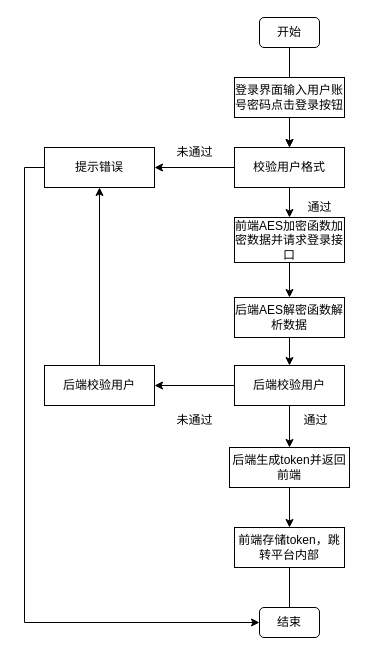
yuxinyu12345/diagrams keeps this draw.io diagram as 第四章/首次登录流程图.drawio. Above is the earlier version. Source tidied: cells renumbered, new cells numbered last; positions are measured from the earlier drawing's top-left corner, leaving out a move shared by most shapes. Both pictures are drawn from the tidied source at 100%, with x=0, y=0 at pixel (44, 17).
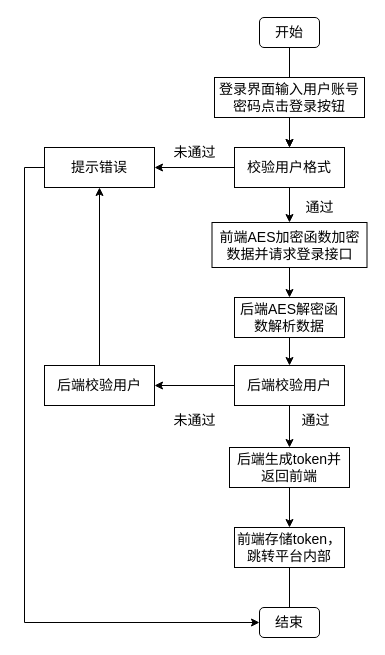
The same diagram, later.

Commit message (it also covers changes not shown here):
更新首次登录流程图.drawio

Diff of the diagram source:
```diff
@@
-    <mxCell id="2" style="edgeStyle=orthogonalEdgeStyle;rounded=0;jettySize=auto;html=1;" parent="1" edge="1" source="3" target="8">
+    <mxCell id="2" style="edgeStyle=orthogonalEdgeStyle;rounded=0;jettySize=auto;html=1;fontSize=14;" parent="1" edge="1" source="3" target="8">
       <mxGeometry relative="1" as="geometry" />
     </mxCell>
-    <mxCell id="3" value="开始" style="rounded=1;whiteSpace=wrap;html=1;" parent="1" vertex="1">
+    <mxCell id="3" value="开始" style="rounded=1;whiteSpace=wrap;html=1;fontSize=14;" parent="1" vertex="1">
       <mxGeometry x="215" width="60" height="30" as="geometry" />
     </mxCell>
-    <mxCell id="4" style="edgeStyle=orthogonalEdgeStyle;rounded=0;jettySize=auto;html=1;" parent="1" edge="1" source="5" target="8">
+    <mxCell id="4" style="edgeStyle=orthogonalEdgeStyle;rounded=0;jettySize=auto;html=1;fontSize=14;" parent="1" edge="1" source="5" target="8">
       <mxGeometry relative="1" as="geometry" />
     </mxCell>
-    <mxCell id="5" value="登录界面输入用户账号密码点击登录按钮" style="rounded=0;whiteSpace=wrap;html=1;" parent="1" vertex="1">
-      <mxGeometry x="190" y="60" width="110" height="40" as="geometry" />
+    <mxCell id="5" value="登录界面输入用户账号密码点击登录按钮" style="rounded=0;whiteSpace=wrap;html=1;fontSize=14;" parent="1" vertex="1">
+      <mxGeometry x="170" y="60" width="150" height="40" as="geometry" />
     </mxCell>
-    <mxCell id="6" style="edgeStyle=orthogonalEdgeStyle;rounded=0;jettySize=auto;html=1;" parent="1" edge="1" source="8" target="10">
+    <mxCell id="6" style="edgeStyle=orthogonalEdgeStyle;rounded=0;jettySize=auto;html=1;fontSize=14;" parent="1" edge="1" source="8" target="10">
       <mxGeometry relative="1" as="geometry" />
     </mxCell>
-    <mxCell id="7" style="edgeStyle=orthogonalEdgeStyle;rounded=0;jettySize=auto;html=1;" parent="1" edge="1" source="8" target="13">
+    <mxCell id="7" style="edgeStyle=orthogonalEdgeStyle;rounded=0;jettySize=auto;html=1;fontSize=14;" parent="1" edge="1" source="8" target="13">
       <mxGeometry relative="1" as="geometry" />
     </mxCell>
-    <mxCell id="8" value="校验用户格式" style="rounded=0;whiteSpace=wrap;html=1;" parent="1" vertex="1">
+    <mxCell id="8" value="校验用户格式" style="rounded=0;whiteSpace=wrap;html=1;fontSize=14;" parent="1" vertex="1">
       <mxGeometry x="190" y="130" width="110" height="40" as="geometry" />
     </mxCell>
-    <mxCell id="9" style="edgeStyle=orthogonalEdgeStyle;rounded=0;jettySize=auto;html=1;exitX=0;exitY=0.5;exitDx=0;exitDy=0;entryX=0;entryY=0.5;entryDx=0;entryDy=0;" parent="1" edge="1" source="10" target="26">
+    <mxCell id="9" style="edgeStyle=orthogonalEdgeStyle;rounded=0;jettySize=auto;html=1;exitX=0;exitY=0.5;exitDx=0;exitDy=0;entryX=0;entryY=0.5;entryDx=0;entryDy=0;fontSize=14;" parent="1" edge="1" source="10" target="26">
       <mxGeometry relative="1" as="geometry" />
     </mxCell>
-    <mxCell id="10" value="提示错误" style="rounded=0;whiteSpace=wrap;html=1;" parent="1" vertex="1">
+    <mxCell id="10" value="提示错误" style="rounded=0;whiteSpace=wrap;html=1;fontSize=14;" parent="1" vertex="1">
       <mxGeometry y="130" width="110" height="40" as="geometry" />
     </mxCell>
-    <mxCell id="11" value="未通过" style="text;html=1;align=center;verticalAlign=middle;strokeColor=none;fillColor=none;" parent="1" vertex="1">
-      <mxGeometry x="120" y="120" width="60" height="30" as="geometry" />
+    <mxCell id="11" value="未通过" style="text;html=1;align=center;verticalAlign=middle;strokeColor=none;fillColor=none;fontSize=14;" parent="1" vertex="1">
+      <mxGeometry x="115" y="120" width="70" height="30" as="geometry" />
     </mxCell>
-    <mxCell id="12" style="edgeStyle=orthogonalEdgeStyle;rounded=0;jettySize=auto;html=1;" parent="1" edge="1" source="13" target="15">
+    <mxCell id="12" style="edgeStyle=orthogonalEdgeStyle;rounded=0;jettySize=auto;html=1;fontSize=14;" parent="1" edge="1" source="13" target="15">
       <mxGeometry relative="1" as="geometry" />
     </mxCell>
-    <mxCell id="13" value="前端AES加密函数加密数据并请求登录接口" style="rounded=0;whiteSpace=wrap;html=1;" parent="1" vertex="1">
-      <mxGeometry x="190" y="200" width="110" height="45" as="geometry" />
+    <mxCell id="13" value="前端AES加密函数加密数据并请求登录接口" style="rounded=0;whiteSpace=wrap;html=1;fontSize=14;" parent="1" vertex="1">
+      <mxGeometry x="167.5" y="205" width="155" height="45" as="geometry" />
     </mxCell>
-    <mxCell id="14" style="edgeStyle=orthogonalEdgeStyle;rounded=0;jettySize=auto;html=1;" parent="1" edge="1" source="15" target="18">
+    <mxCell id="14" style="edgeStyle=orthogonalEdgeStyle;rounded=0;jettySize=auto;html=1;fontSize=14;" parent="1" edge="1" source="15" target="18">
       <mxGeometry relative="1" as="geometry" />
     </mxCell>
-    <mxCell id="15" value="后端AES解密函数解析数据" style="rounded=0;whiteSpace=wrap;html=1;" parent="1" vertex="1">
+    <mxCell id="15" value="后端AES解密函数解析数据" style="rounded=0;whiteSpace=wrap;html=1;fontSize=14;" parent="1" vertex="1">
       <mxGeometry x="190" y="280" width="110" height="40" as="geometry" />
     </mxCell>
-    <mxCell id="16" style="edgeStyle=orthogonalEdgeStyle;rounded=0;jettySize=auto;html=1;" parent="1" edge="1" source="18" target="20">
+    <mxCell id="16" style="edgeStyle=orthogonalEdgeStyle;rounded=0;jettySize=auto;html=1;fontSize=14;" parent="1" edge="1" source="18" target="20">
       <mxGeometry relative="1" as="geometry" />
     </mxCell>
-    <mxCell id="17" style="edgeStyle=orthogonalEdgeStyle;rounded=0;jettySize=auto;html=1;" parent="1" edge="1" source="18" target="23">
+    <mxCell id="17" style="edgeStyle=orthogonalEdgeStyle;rounded=0;jettySize=auto;html=1;fontSize=14;" parent="1" edge="1" source="18" target="23">
       <mxGeometry relative="1" as="geometry" />
     </mxCell>
-    <mxCell id="18" value="后端校验用户" style="rounded=0;whiteSpace=wrap;html=1;" parent="1" vertex="1">
+    <mxCell id="18" value="后端校验用户" style="rounded=0;whiteSpace=wrap;html=1;fontSize=14;" parent="1" vertex="1">
       <mxGeometry x="190" y="348" width="110" height="40" as="geometry" />
     </mxCell>
-    <mxCell id="19" style="edgeStyle=orthogonalEdgeStyle;rounded=0;jettySize=auto;html=1;exitX=0.5;exitY=0;exitDx=0;exitDy=0;entryX=0.5;entryY=1;entryDx=0;entryDy=0;" parent="1" edge="1" source="20" target="10">
+    <mxCell id="19" style="edgeStyle=orthogonalEdgeStyle;rounded=0;jettySize=auto;html=1;exitX=0.5;exitY=0;exitDx=0;exitDy=0;entryX=0.5;entryY=1;entryDx=0;entryDy=0;fontSize=14;" parent="1" edge="1" source="20" target="10">
       <mxGeometry relative="1" as="geometry" />
     </mxCell>
-    <mxCell id="20" value="后端校验用户" style="rounded=0;whiteSpace=wrap;html=1;" parent="1" vertex="1">
+    <mxCell id="20" value="后端校验用户" style="rounded=0;whiteSpace=wrap;html=1;fontSize=14;" parent="1" vertex="1">
       <mxGeometry y="348" width="110" height="40" as="geometry" />
     </mxCell>
-    <mxCell id="21" value="未通过" style="text;html=1;align=center;verticalAlign=middle;strokeColor=none;fillColor=none;" parent="1" vertex="1">
-      <mxGeometry x="120" y="388" width="60" height="30" as="geometry" />
+    <mxCell id="21" value="未通过" style="text;html=1;align=center;verticalAlign=middle;strokeColor=none;fillColor=none;fontSize=14;" parent="1" vertex="1">
+      <mxGeometry x="115" y="388" width="70" height="30" as="geometry" />
     </mxCell>
-    <mxCell id="22" style="edgeStyle=orthogonalEdgeStyle;rounded=0;jettySize=auto;html=1;" parent="1" edge="1" source="23" target="25">
+    <mxCell id="22" style="edgeStyle=orthogonalEdgeStyle;rounded=0;jettySize=auto;html=1;fontSize=14;" parent="1" edge="1" source="23" target="25">
       <mxGeometry relative="1" as="geometry" />
     </mxCell>
-    <mxCell id="23" value="后端生成token并返回前端" style="rounded=0;whiteSpace=wrap;html=1;" parent="1" vertex="1">
+    <mxCell id="23" value="后端生成token并返回前端" style="rounded=0;whiteSpace=wrap;html=1;fontSize=14;" parent="1" vertex="1">
       <mxGeometry x="185" y="430" width="120" height="40" as="geometry" />
     </mxCell>
-    <mxCell id="24" style="edgeStyle=orthogonalEdgeStyle;rounded=0;jettySize=auto;html=1;endArrow=none;endFill=0;" parent="1" edge="1" source="25" target="26">
+    <mxCell id="24" style="edgeStyle=orthogonalEdgeStyle;rounded=0;jettySize=auto;html=1;endArrow=none;endFill=0;fontSize=14;" parent="1" edge="1" source="25" target="26">
       <mxGeometry relative="1" as="geometry" />
     </mxCell>
-    <mxCell id="25" value="前端存储token，跳转平台内部" style="rounded=0;whiteSpace=wrap;html=1;" parent="1" vertex="1">
+    <mxCell id="25" value="前端存储token，跳转平台内部" style="rounded=0;whiteSpace=wrap;html=1;fontSize=14;" parent="1" vertex="1">
       <mxGeometry x="190" y="510" width="110" height="40" as="geometry" />
     </mxCell>
-    <mxCell id="26" value="结束" style="rounded=1;whiteSpace=wrap;html=1;" parent="1" vertex="1">
+    <mxCell id="26" value="结束" style="rounded=1;whiteSpace=wrap;html=1;fontSize=14;" parent="1" vertex="1">
       <mxGeometry x="215" y="590" width="60" height="30" as="geometry" />
     </mxCell>
-    <mxCell id="27" value="通过" style="text;html=1;align=center;verticalAlign=middle;strokeColor=none;fillColor=none;" parent="1" vertex="1">
+    <mxCell id="27" value="通过" style="text;html=1;align=center;verticalAlign=middle;strokeColor=none;fillColor=none;fontSize=14;" parent="1" vertex="1">
       <mxGeometry x="250" y="175" width="50" height="30" as="geometry" />
     </mxCell>
-    <mxCell id="28" value="通过" style="text;html=1;align=center;verticalAlign=middle;strokeColor=none;fillColor=none;" parent="1" vertex="1">
+    <mxCell id="28" value="通过" style="text;html=1;align=center;verticalAlign=middle;strokeColor=none;fillColor=none;fontSize=14;" parent="1" vertex="1">
       <mxGeometry x="246" y="388" width="50" height="30" as="geometry" />
     </mxCell>
```
